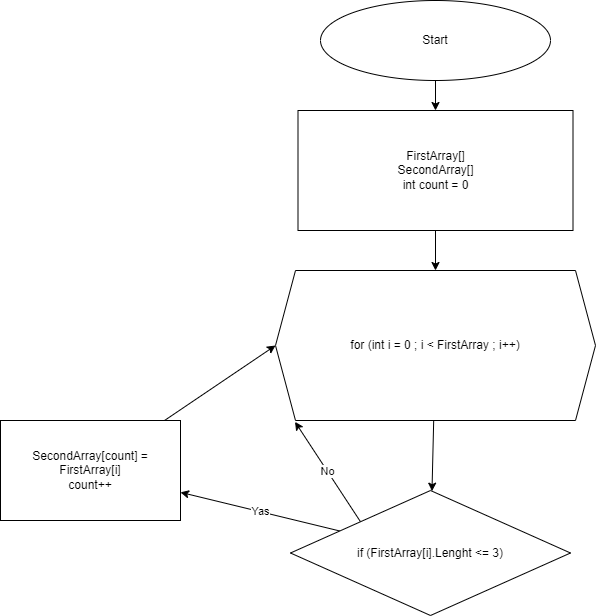
The draw.io diagram Example/Block_diagram.drawio.png in LightBreezzz/ControlTask, before a commit. Source tidied: cells renumbered, new cells last; positions are measured from the earlier drawing's top-left corner, leaving out a move shared by most shapes. The source it was exported from:
```xml
<mxGraphModel>
  <root>
    <mxCell id="0" />
    <mxCell id="1" parent="0" />
    <mxCell id="2" style="edgeStyle=none;html=1;" parent="1" edge="1" source="3" target="5">
      <mxGeometry relative="1" as="geometry" />
    </mxCell>
    <mxCell id="3" value="Start" style="ellipse;whiteSpace=wrap;html=1;" parent="1" vertex="1">
      <mxGeometry x="320" width="230" height="80" as="geometry" />
    </mxCell>
    <mxCell id="4" style="edgeStyle=none;html=1;" parent="1" edge="1" source="5" target="7">
      <mxGeometry relative="1" as="geometry" />
    </mxCell>
    <mxCell id="5" value="FirstArray[]&lt;br&gt;SecondArray[]&lt;br&gt;int count = 0" style="whiteSpace=wrap;html=1;" parent="1" vertex="1">
      <mxGeometry x="297.5" y="110" width="275" height="120" as="geometry" />
    </mxCell>
    <mxCell id="6" style="edgeStyle=none;html=1;" parent="1" edge="1" source="7" target="10">
      <mxGeometry relative="1" as="geometry" />
    </mxCell>
    <mxCell id="7" value="for (int i = 0 ; i &amp;lt; FirstArray ; i++)" style="shape=hexagon;perimeter=hexagonPerimeter2;whiteSpace=wrap;html=1;fixedSize=1;" parent="1" vertex="1">
      <mxGeometry x="275" y="270" width="320" height="150" as="geometry" />
    </mxCell>
    <mxCell id="8" value="Yas" style="edgeStyle=none;html=1;" parent="1" edge="1" source="10" target="12">
      <mxGeometry relative="1" as="geometry" />
    </mxCell>
    <mxCell id="9" value="No" style="edgeStyle=none;html=1;exitX=0;exitY=0;exitDx=0;exitDy=0;entryX=0.061;entryY=1.009;entryDx=0;entryDy=0;entryPerimeter=0;" parent="1" edge="1" source="10" target="7">
      <mxGeometry relative="1" as="geometry" />
    </mxCell>
    <mxCell id="10" value="if (FirstArray[i].Lenght &amp;lt;= 3)" style="rhombus;whiteSpace=wrap;html=1;" parent="1" vertex="1">
      <mxGeometry x="290" y="490" width="280" height="125" as="geometry" />
    </mxCell>
    <mxCell id="11" style="edgeStyle=none;html=1;entryX=0;entryY=0.5;entryDx=0;entryDy=0;" parent="1" edge="1" source="12" target="7">
      <mxGeometry relative="1" as="geometry" />
    </mxCell>
    <mxCell id="12" value="SecondArray[count] = FirstArray[i]&lt;br&gt;count++" style="whiteSpace=wrap;html=1;" parent="1" vertex="1">
      <mxGeometry y="420" width="180" height="100" as="geometry" />
    </mxCell>
  </root>
</mxGraphModel>
```
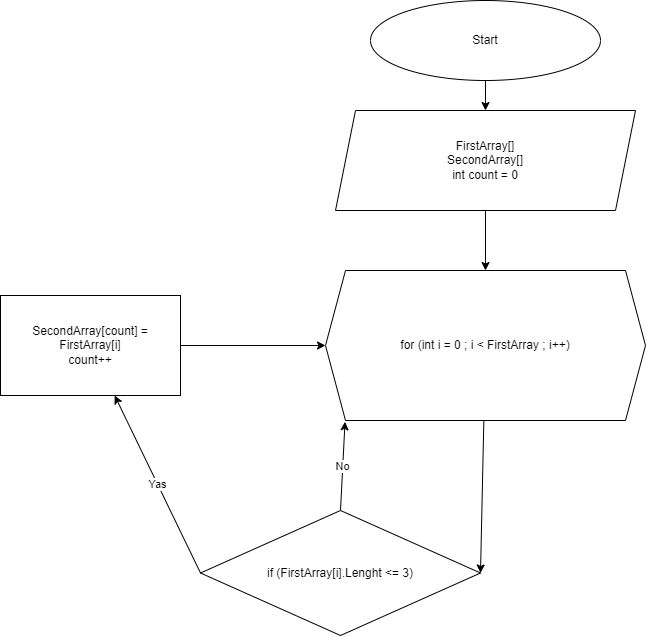
The same diagram one commit later.

Commit message:
add Block diagram

Change to the diagram source:
```diff
@@ -2,38 +2,38 @@
   <root>
     <mxCell id="0" />
     <mxCell id="1" parent="0" />
-    <mxCell id="2" style="edgeStyle=none;html=1;" parent="1" edge="1" source="3" target="5">
+    <mxCell id="2" style="edgeStyle=none;html=1;entryX=0.5;entryY=0;entryDx=0;entryDy=0;" parent="1" edge="1" source="3" target="5">
       <mxGeometry relative="1" as="geometry" />
     </mxCell>
     <mxCell id="3" value="Start" style="ellipse;whiteSpace=wrap;html=1;" parent="1" vertex="1">
       <mxGeometry x="320" width="230" height="80" as="geometry" />
     </mxCell>
-    <mxCell id="4" style="edgeStyle=none;html=1;" parent="1" edge="1" source="5" target="7">
+    <mxCell id="4" style="edgeStyle=none;html=1;exitX=0.5;exitY=1;exitDx=0;exitDy=0;" parent="1" edge="1" source="5" target="7">
       <mxGeometry relative="1" as="geometry" />
     </mxCell>
-    <mxCell id="5" value="FirstArray[]&lt;br&gt;SecondArray[]&lt;br&gt;int count = 0" style="whiteSpace=wrap;html=1;" parent="1" vertex="1">
-      <mxGeometry x="297.5" y="110" width="275" height="120" as="geometry" />
-    </mxCell>
-    <mxCell id="6" style="edgeStyle=none;html=1;" parent="1" edge="1" source="7" target="10">
+    <mxCell id="6" style="edgeStyle=none;html=1;entryX=1;entryY=0.5;entryDx=0;entryDy=0;" parent="1" edge="1" source="7" target="10">
       <mxGeometry relative="1" as="geometry" />
     </mxCell>
     <mxCell id="7" value="for (int i = 0 ; i &amp;lt; FirstArray ; i++)" style="shape=hexagon;perimeter=hexagonPerimeter2;whiteSpace=wrap;html=1;fixedSize=1;" parent="1" vertex="1">
       <mxGeometry x="275" y="270" width="320" height="150" as="geometry" />
     </mxCell>
-    <mxCell id="8" value="Yas" style="edgeStyle=none;html=1;" parent="1" edge="1" source="10" target="12">
+    <mxCell id="8" value="Yas" style="edgeStyle=none;html=1;exitX=0;exitY=0.5;exitDx=0;exitDy=0;" parent="1" edge="1" source="10" target="12">
       <mxGeometry relative="1" as="geometry" />
     </mxCell>
-    <mxCell id="9" value="No" style="edgeStyle=none;html=1;exitX=0;exitY=0;exitDx=0;exitDy=0;entryX=0.061;entryY=1.009;entryDx=0;entryDy=0;entryPerimeter=0;" parent="1" edge="1" source="10" target="7">
+    <mxCell id="9" value="No" style="edgeStyle=none;html=1;exitX=0.5;exitY=0;exitDx=0;exitDy=0;entryX=0.061;entryY=1.009;entryDx=0;entryDy=0;entryPerimeter=0;" parent="1" edge="1" source="10" target="7">
       <mxGeometry relative="1" as="geometry" />
     </mxCell>
     <mxCell id="10" value="if (FirstArray[i].Lenght &amp;lt;= 3)" style="rhombus;whiteSpace=wrap;html=1;" parent="1" vertex="1">
-      <mxGeometry x="290" y="490" width="280" height="125" as="geometry" />
+      <mxGeometry x="150" y="510" width="280" height="125" as="geometry" />
     </mxCell>
     <mxCell id="11" style="edgeStyle=none;html=1;entryX=0;entryY=0.5;entryDx=0;entryDy=0;" parent="1" edge="1" source="12" target="7">
       <mxGeometry relative="1" as="geometry" />
     </mxCell>
     <mxCell id="12" value="SecondArray[count] = FirstArray[i]&lt;br&gt;count++" style="whiteSpace=wrap;html=1;" parent="1" vertex="1">
-      <mxGeometry y="420" width="180" height="100" as="geometry" />
+      <mxGeometry x="-50" y="295" width="180" height="100" as="geometry" />
     </mxCell>
+    <mxCell id="5" value="&lt;span&gt;FirstArray[]&lt;/span&gt;&lt;br&gt;&lt;span&gt;SecondArray[]&lt;/span&gt;&lt;br&gt;&lt;span&gt;int count = 0&lt;/span&gt;" style="shape=parallelogram;perimeter=parallelogramPerimeter;whiteSpace=wrap;html=1;fixedSize=1;" parent="1" vertex="1">
+      <mxGeometry x="285" y="110" width="300" height="100" as="geometry" />
+    </mxCell>
   </root>
 </mxGraphModel>
```
